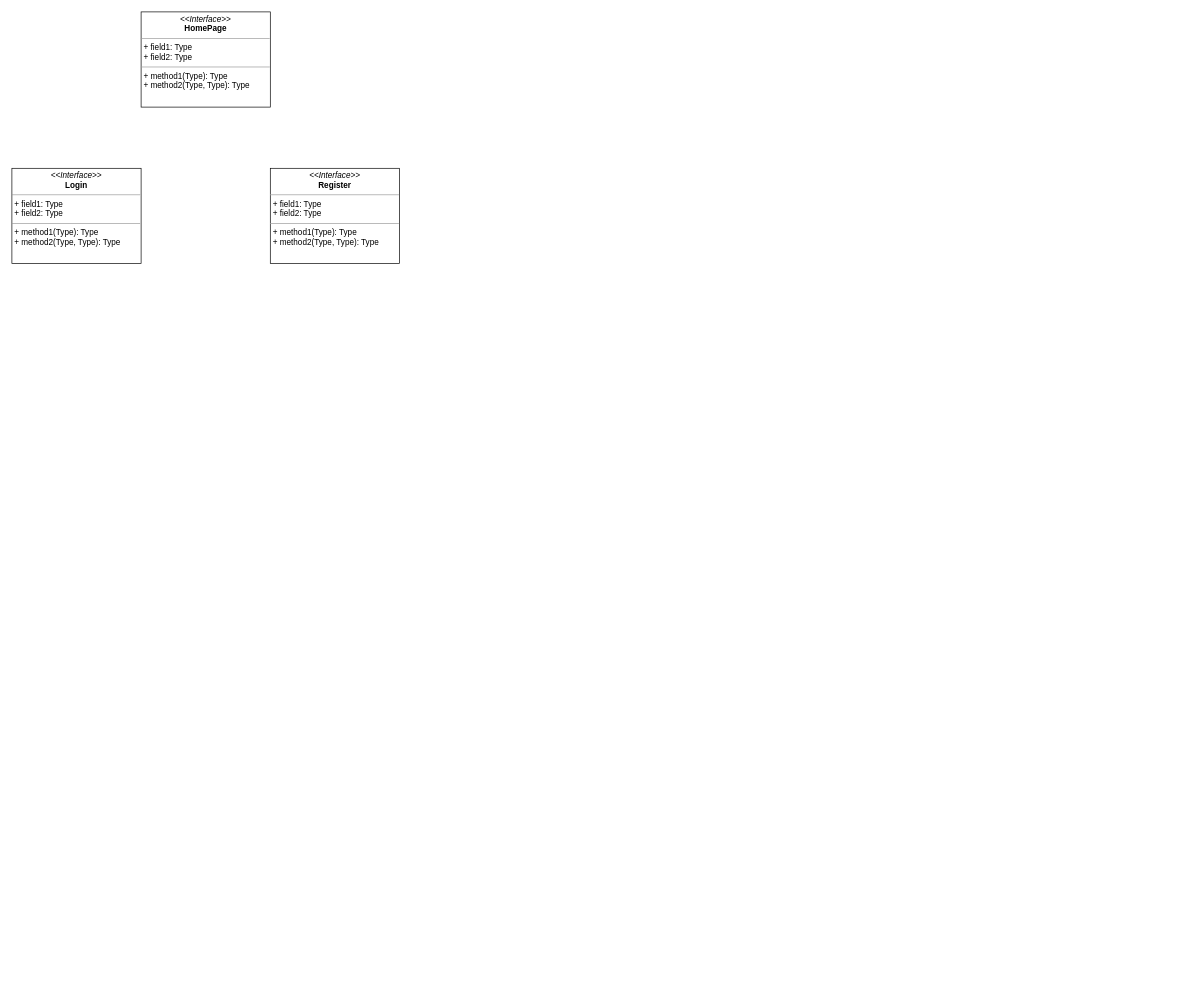
Before: Modules/OPSC (Open Source)/POE/Part 1/Plan and Design/Overall Design/Front End/FrontEnd.drawio in ArmadilloV88/BCA3A1, a draw.io diagram. Source tidied: cells renumbered, new cells numbered last; positions are measured from the earlier drawing's top-left corner, leaving out a move shared by most shapes. Both pictures are drawn from the tidied source at 68%, with x=0, y=0 at pixel (12, 12).
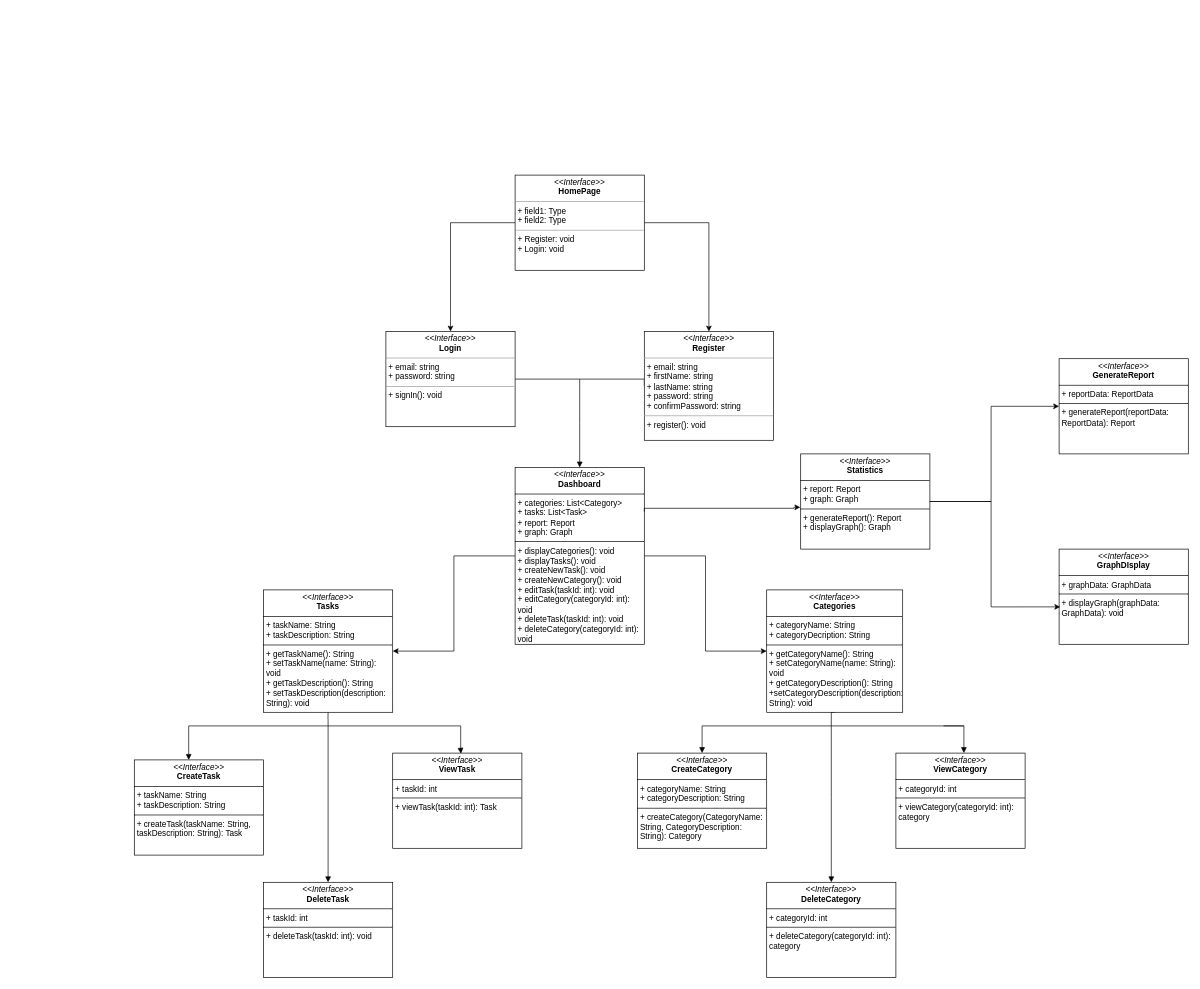
The same page after the edit.

Change to the diagram source:
```diff
@@
-    <mxCell id="2" value="&lt;p style=&quot;margin:0px;margin-top:4px;text-align:center;&quot;&gt;&lt;i&gt;&amp;lt;&amp;lt;Interface&amp;gt;&amp;gt;&lt;/i&gt;&lt;br&gt;&lt;b&gt;HomePage&lt;/b&gt;&lt;/p&gt;&lt;hr size=&quot;1&quot;&gt;&lt;p style=&quot;margin:0px;margin-left:4px;&quot;&gt;+ field1: Type&lt;br&gt;+ field2: Type&lt;/p&gt;&lt;hr size=&quot;1&quot;&gt;&lt;p style=&quot;margin:0px;margin-left:4px;&quot;&gt;+ method1(Type): Type&lt;br&gt;+ method2(Type, Type): Type&lt;/p&gt;" style="verticalAlign=top;align=left;overflow=fill;html=1;whiteSpace=wrap;" parent="1" vertex="1">
-      <mxGeometry x="190" width="190" height="140" as="geometry" />
-    </mxCell>
-    <mxCell id="3" value="&lt;p style=&quot;margin:0px;margin-top:4px;text-align:center;&quot;&gt;&lt;i&gt;&amp;lt;&amp;lt;Interface&amp;gt;&amp;gt;&lt;/i&gt;&lt;br&gt;&lt;b&gt;Login&lt;/b&gt;&lt;/p&gt;&lt;hr size=&quot;1&quot;&gt;&lt;p style=&quot;margin:0px;margin-left:4px;&quot;&gt;+ field1: Type&lt;br&gt;+ field2: Type&lt;/p&gt;&lt;hr size=&quot;1&quot;&gt;&lt;p style=&quot;margin:0px;margin-left:4px;&quot;&gt;+ method1(Type): Type&lt;br&gt;+ method2(Type, Type): Type&lt;/p&gt;" style="verticalAlign=top;align=left;overflow=fill;html=1;whiteSpace=wrap;" parent="1" vertex="1">
-      <mxGeometry y="230" width="190" height="140" as="geometry" />
-    </mxCell>
-    <mxCell id="4" value="&lt;p style=&quot;margin:0px;margin-top:4px;text-align:center;&quot;&gt;&lt;i&gt;&amp;lt;&amp;lt;Interface&amp;gt;&amp;gt;&lt;/i&gt;&lt;br&gt;&lt;b&gt;Register&lt;/b&gt;&lt;/p&gt;&lt;hr size=&quot;1&quot;&gt;&lt;p style=&quot;margin:0px;margin-left:4px;&quot;&gt;+ field1: Type&lt;br&gt;+ field2: Type&lt;/p&gt;&lt;hr size=&quot;1&quot;&gt;&lt;p style=&quot;margin:0px;margin-left:4px;&quot;&gt;+ method1(Type): Type&lt;br&gt;+ method2(Type, Type): Type&lt;/p&gt;" style="verticalAlign=top;align=left;overflow=fill;html=1;whiteSpace=wrap;" parent="1" vertex="1">
-      <mxGeometry x="380" y="230" width="190" height="140" as="geometry" />
-    </mxCell>
+    <mxCell id="5" style="edgeStyle=orthogonalEdgeStyle;rounded=0;jettySize=auto;html=1;exitX=1;exitY=0.5;exitDx=0;exitDy=0;" parent="1" edge="1" source="7" target="10">
+      <mxGeometry relative="1" as="geometry" />
+    </mxCell>
+    <mxCell id="6" style="edgeStyle=orthogonalEdgeStyle;rounded=0;jettySize=auto;html=1;exitX=0;exitY=0.5;exitDx=0;exitDy=0;entryX=0.5;entryY=0;entryDx=0;entryDy=0;" parent="1" edge="1" source="7" target="9">
+      <mxGeometry relative="1" as="geometry" />
+    </mxCell>
+    <mxCell id="7" value="&lt;p style=&quot;margin:0px;margin-top:4px;text-align:center;&quot;&gt;&lt;i&gt;&amp;lt;&amp;lt;Interface&amp;gt;&amp;gt;&lt;/i&gt;&lt;br&gt;&lt;b&gt;HomePage&lt;/b&gt;&lt;/p&gt;&lt;hr size=&quot;1&quot;&gt;&lt;p style=&quot;margin:0px;margin-left:4px;&quot;&gt;+ field1: Type&lt;br&gt;+ field2: Type&lt;/p&gt;&lt;hr size=&quot;1&quot;&gt;&lt;p style=&quot;margin:0px;margin-left:4px;&quot;&gt;+ Register: void&lt;br&gt;+ Login: void&lt;/p&gt;" style="verticalAlign=top;align=left;overflow=fill;html=1;whiteSpace=wrap;" parent="1" vertex="1">
+      <mxGeometry x="740" y="240" width="190" height="140" as="geometry" />
+    </mxCell>
+    <mxCell id="8" style="edgeStyle=orthogonalEdgeStyle;rounded=0;jettySize=auto;html=1;exitX=1;exitY=0.5;exitDx=0;exitDy=0;entryX=0;entryY=0.5;entryDx=0;entryDy=0;endArrow=none;endFill=0;" parent="1" edge="1" source="9" target="10">
+      <mxGeometry relative="1" as="geometry">
+        <Array as="points">
+          <mxPoint x="930" y="540" />
+        </Array>
+      </mxGeometry>
+    </mxCell>
+    <mxCell id="9" value="&lt;p style=&quot;margin:0px;margin-top:4px;text-align:center;&quot;&gt;&lt;i&gt;&amp;lt;&amp;lt;Interface&amp;gt;&amp;gt;&lt;/i&gt;&lt;br&gt;&lt;b&gt;Login&lt;/b&gt;&lt;/p&gt;&lt;hr size=&quot;1&quot;&gt;&lt;p style=&quot;margin:0px;margin-left:4px;&quot;&gt;+ email: string&lt;br&gt;+ password: string&lt;/p&gt;&lt;hr size=&quot;1&quot;&gt;&lt;p style=&quot;margin:0px;margin-left:4px;&quot;&gt;+&amp;nbsp;signIn(): void&lt;br&gt;&lt;/p&gt;" style="verticalAlign=top;align=left;overflow=fill;html=1;whiteSpace=wrap;" parent="1" vertex="1">
+      <mxGeometry x="550" y="470" width="190" height="140" as="geometry" />
+    </mxCell>
+    <mxCell id="10" value="&lt;p style=&quot;margin:0px;margin-top:4px;text-align:center;&quot;&gt;&lt;i&gt;&amp;lt;&amp;lt;Interface&amp;gt;&amp;gt;&lt;/i&gt;&lt;br&gt;&lt;b&gt;Register&lt;/b&gt;&lt;/p&gt;&lt;hr size=&quot;1&quot;&gt;&lt;p style=&quot;margin:0px;margin-left:4px;&quot;&gt;+ email: string&lt;br&gt;+ firstName: string&lt;/p&gt;&lt;p style=&quot;margin:0px;margin-left:4px;&quot;&gt;+ lastName: string&lt;/p&gt;&lt;p style=&quot;margin:0px;margin-left:4px;&quot;&gt;+ password: string&lt;/p&gt;&lt;p style=&quot;margin:0px;margin-left:4px;&quot;&gt;+ confirmPassword: string&lt;/p&gt;&lt;hr size=&quot;1&quot;&gt;&lt;p style=&quot;margin:0px;margin-left:4px;&quot;&gt;+ register(): void&lt;br&gt;&lt;/p&gt;" style="verticalAlign=top;align=left;overflow=fill;html=1;whiteSpace=wrap;" parent="1" vertex="1">
+      <mxGeometry x="930" y="470" width="190" height="160" as="geometry" />
+    </mxCell>
+    <mxCell id="11" style="edgeStyle=orthogonalEdgeStyle;rounded=0;jettySize=auto;html=1;exitX=0.5;exitY=0;exitDx=0;exitDy=0;startArrow=block;startFill=1;endArrow=none;endFill=0;" parent="1" edge="1" source="14">
+      <mxGeometry relative="1" as="geometry">
+        <mxPoint x="835" y="540" as="targetPoint" />
+      </mxGeometry>
+    </mxCell>
+    <mxCell id="12" style="edgeStyle=orthogonalEdgeStyle;rounded=0;jettySize=auto;html=1;exitX=1;exitY=0.5;exitDx=0;exitDy=0;entryX=0;entryY=0.5;entryDx=0;entryDy=0;" parent="1" edge="1" source="14" target="16">
+      <mxGeometry relative="1" as="geometry" />
+    </mxCell>
+    <mxCell id="13" style="edgeStyle=orthogonalEdgeStyle;rounded=0;jettySize=auto;html=1;exitX=0;exitY=0.5;exitDx=0;exitDy=0;entryX=1;entryY=0.5;entryDx=0;entryDy=0;" parent="1" edge="1" source="14" target="18">
+      <mxGeometry relative="1" as="geometry" />
+    </mxCell>
+    <mxCell id="14" value="&lt;p style=&quot;margin:0px;margin-top:4px;text-align:center;&quot;&gt;&lt;i&gt;&amp;lt;&amp;lt;Interface&amp;gt;&amp;gt;&lt;/i&gt;&lt;br&gt;&lt;b&gt;Dashboard&lt;/b&gt;&lt;/p&gt;&lt;hr size=&quot;1&quot; style=&quot;border-style:solid;&quot;&gt;&lt;p style=&quot;margin:0px;margin-left:4px;&quot;&gt;+ categories: List&amp;lt;Category&amp;gt;&lt;/p&gt;&lt;p style=&quot;margin:0px;margin-left:4px;&quot;&gt;+ tasks: List&amp;lt;Task&amp;gt;&lt;/p&gt;&lt;p style=&quot;margin:0px;margin-left:4px;&quot;&gt;+ report: Report&lt;/p&gt;&lt;p style=&quot;margin:0px;margin-left:4px;&quot;&gt;+ graph: Graph&lt;/p&gt;&lt;hr size=&quot;1&quot; style=&quot;border-style:solid;&quot;&gt;&lt;p style=&quot;margin:0px;margin-left:4px;&quot;&gt;+ displayCategories(): void&lt;/p&gt;&lt;p style=&quot;margin:0px;margin-left:4px;&quot;&gt;+ displayTasks(): void&lt;/p&gt;&lt;p style=&quot;margin:0px;margin-left:4px;&quot;&gt;+ createNewTask(): void&lt;/p&gt;&lt;p style=&quot;margin:0px;margin-left:4px;&quot;&gt;+ createNewCategory(): void&lt;/p&gt;&lt;p style=&quot;margin:0px;margin-left:4px;&quot;&gt;+ editTask(taskId: int): void&lt;/p&gt;&lt;p style=&quot;margin:0px;margin-left:4px;&quot;&gt;+ editCategory(categoryId: int): void&lt;/p&gt;&lt;p style=&quot;margin:0px;margin-left:4px;&quot;&gt;+ deleteTask(taskId: int): void&lt;/p&gt;&lt;p style=&quot;margin:0px;margin-left:4px;&quot;&gt;+ deleteCategory(categoryId: int): void&lt;/p&gt;" style="verticalAlign=top;align=left;overflow=fill;html=1;whiteSpace=wrap;" parent="1" vertex="1">
+      <mxGeometry x="740" y="670" width="190" height="260" as="geometry" />
+    </mxCell>
+    <mxCell id="15" style="edgeStyle=orthogonalEdgeStyle;rounded=0;jettySize=auto;html=1;exitX=0.5;exitY=1;exitDx=0;exitDy=0;endArrow=none;endFill=0;" parent="1" edge="1" source="16">
+      <mxGeometry relative="1" as="geometry">
+        <mxPoint x="1205" y="1030" as="targetPoint" />
+      </mxGeometry>
+    </mxCell>
+    <mxCell id="16" value="&lt;p style=&quot;margin:0px;margin-top:4px;text-align:center;&quot;&gt;&lt;i&gt;&amp;lt;&amp;lt;Interface&amp;gt;&amp;gt;&lt;/i&gt;&lt;br&gt;&lt;b&gt;Categories&lt;/b&gt;&lt;/p&gt;&lt;hr size=&quot;1&quot; style=&quot;border-style:solid;&quot;&gt;&lt;p style=&quot;margin:0px;margin-left:4px;&quot;&gt;+ categoryName: String&lt;br&gt;&lt;/p&gt;&lt;p style=&quot;margin:0px;margin-left:4px;&quot;&gt;+ categoryDecription: String&lt;/p&gt;&lt;hr size=&quot;1&quot; style=&quot;border-style:solid;&quot;&gt;&lt;p style=&quot;margin:0px;margin-left:4px;&quot;&gt;&lt;span style=&quot;background-color: initial;&quot;&gt;+ getCategoryName(): String&lt;/span&gt;&lt;br&gt;&lt;/p&gt;&lt;p style=&quot;margin: 0px 0px 0px 4px;&quot;&gt;+ set&lt;span style=&quot;background-color: initial;&quot;&gt;Category&lt;/span&gt;&lt;span style=&quot;background-color: initial;&quot;&gt;Name(name: String): void&lt;/span&gt;&lt;/p&gt;&lt;p style=&quot;margin: 0px 0px 0px 4px;&quot;&gt;+ get&lt;span style=&quot;background-color: initial;&quot;&gt;Category&lt;/span&gt;&lt;span style=&quot;background-color: initial;&quot;&gt;Description(): String&lt;/span&gt;&lt;/p&gt;&lt;p style=&quot;margin: 0px 0px 0px 4px;&quot;&gt;+set&lt;span style=&quot;background-color: initial;&quot;&gt;Category&lt;/span&gt;&lt;span style=&quot;background-color: initial;&quot;&gt;Description(description: String): void&lt;/span&gt;&lt;/p&gt;" style="verticalAlign=top;align=left;overflow=fill;html=1;whiteSpace=wrap;" parent="1" vertex="1">
+      <mxGeometry x="1110" y="850" width="200" height="180" as="geometry" />
+    </mxCell>
+    <mxCell id="17" style="edgeStyle=orthogonalEdgeStyle;rounded=0;jettySize=auto;html=1;exitX=0.5;exitY=1;exitDx=0;exitDy=0;endArrow=none;endFill=0;" parent="1" edge="1" source="18">
+      <mxGeometry relative="1" as="geometry">
+        <mxPoint x="464.8" y="1040" as="targetPoint" />
+      </mxGeometry>
+    </mxCell>
+    <mxCell id="18" value="&lt;p style=&quot;margin:0px;margin-top:4px;text-align:center;&quot;&gt;&lt;i&gt;&amp;lt;&amp;lt;Interface&amp;gt;&amp;gt;&lt;/i&gt;&lt;br&gt;&lt;b&gt;Tasks&lt;/b&gt;&lt;/p&gt;&lt;hr size=&quot;1&quot; style=&quot;border-style:solid;&quot;&gt;&lt;p style=&quot;margin:0px;margin-left:4px;&quot;&gt;&lt;span style=&quot;background-color: initial;&quot;&gt;+ taskName: String&lt;/span&gt;&lt;br&gt;&lt;/p&gt;&lt;p style=&quot;margin:0px;margin-left:4px;&quot;&gt;+ taskDescription: String&lt;/p&gt;&lt;hr size=&quot;1&quot; style=&quot;border-style:solid;&quot;&gt;&lt;p style=&quot;margin:0px;margin-left:4px;&quot;&gt;+ getTaskName(): String&lt;/p&gt;&lt;p style=&quot;margin:0px;margin-left:4px;&quot;&gt;+ setTaskName(name: String): void&lt;/p&gt;&lt;p style=&quot;margin:0px;margin-left:4px;&quot;&gt;+ getTaskDescription(): String&lt;/p&gt;&lt;p style=&quot;margin:0px;margin-left:4px;&quot;&gt;+ setTaskDescription(description: String): void&lt;/p&gt;" style="verticalAlign=top;align=left;overflow=fill;html=1;whiteSpace=wrap;" parent="1" vertex="1">
+      <mxGeometry x="370" y="850" width="190" height="180" as="geometry" />
+    </mxCell>
+    <mxCell id="19" value="&lt;p style=&quot;margin:0px;margin-top:4px;text-align:center;&quot;&gt;&lt;i&gt;&amp;lt;&amp;lt;Interface&amp;gt;&amp;gt;&lt;/i&gt;&lt;br&gt;&lt;b&gt;CreateTask&lt;/b&gt;&lt;/p&gt;&lt;hr size=&quot;1&quot; style=&quot;border-style:solid;&quot;&gt;&lt;p style=&quot;margin: 0px 0px 0px 4px;&quot;&gt;&lt;span style=&quot;background-color: initial;&quot;&gt;+ taskName: String&lt;/span&gt;&lt;br&gt;&lt;/p&gt;&lt;p style=&quot;margin: 0px 0px 0px 4px;&quot;&gt;+ taskDescription: String&lt;/p&gt;&lt;hr size=&quot;1&quot; style=&quot;border-style:solid;&quot;&gt;&lt;p style=&quot;margin:0px;margin-left:4px;&quot;&gt;+&amp;nbsp;&lt;span style=&quot;background-color: initial;&quot;&gt;createTask(taskName: String, taskDescription: String): Task&lt;/span&gt;&lt;/p&gt;" style="verticalAlign=top;align=left;overflow=fill;html=1;whiteSpace=wrap;" parent="1" vertex="1">
+      <mxGeometry x="180" y="1100" width="190" height="140" as="geometry" />
+    </mxCell>
+    <mxCell id="20" style="edgeStyle=orthogonalEdgeStyle;rounded=0;jettySize=auto;html=1;exitX=0.5;exitY=0;exitDx=0;exitDy=0;endArrow=none;endFill=0;startArrow=block;startFill=1;" parent="1" edge="1" source="21">
+      <mxGeometry relative="1" as="geometry">
+        <mxPoint x="465" y="1040" as="targetPoint" />
+        <Array as="points">
+          <mxPoint x="465" y="1040" />
+        </Array>
+      </mxGeometry>
+    </mxCell>
+    <mxCell id="21" value="&lt;p style=&quot;margin:0px;margin-top:4px;text-align:center;&quot;&gt;&lt;i&gt;&amp;lt;&amp;lt;Interface&amp;gt;&amp;gt;&lt;/i&gt;&lt;br&gt;&lt;b&gt;DeleteTask&lt;/b&gt;&lt;/p&gt;&lt;hr size=&quot;1&quot; style=&quot;border-style:solid;&quot;&gt;&lt;p style=&quot;margin:0px;margin-left:4px;&quot;&gt;+&amp;nbsp;&lt;span style=&quot;background-color: initial;&quot;&gt;taskId: int&lt;/span&gt;&lt;br&gt;&lt;/p&gt;&lt;hr size=&quot;1&quot; style=&quot;border-style:solid;&quot;&gt;&lt;p style=&quot;margin:0px;margin-left:4px;&quot;&gt;+ deleteTask(taskId: int): void&lt;br&gt;&lt;/p&gt;" style="verticalAlign=top;align=left;overflow=fill;html=1;whiteSpace=wrap;" parent="1" vertex="1">
+      <mxGeometry x="370" y="1280" width="190" height="140" as="geometry" />
+    </mxCell>
+    <mxCell id="22" value="&lt;p style=&quot;margin:0px;margin-top:4px;text-align:center;&quot;&gt;&lt;i&gt;&amp;lt;&amp;lt;Interface&amp;gt;&amp;gt;&lt;/i&gt;&lt;br&gt;&lt;b&gt;ViewTask&lt;/b&gt;&lt;/p&gt;&lt;hr size=&quot;1&quot; style=&quot;border-style:solid;&quot;&gt;&lt;p style=&quot;margin:0px;margin-left:4px;&quot;&gt;+ taskId: int&lt;br&gt;&lt;/p&gt;&lt;hr size=&quot;1&quot; style=&quot;border-style:solid;&quot;&gt;&lt;p style=&quot;margin:0px;margin-left:4px;&quot;&gt;+&amp;nbsp;viewTask(taskId: int): Task&lt;br&gt;&lt;/p&gt;" style="verticalAlign=top;align=left;overflow=fill;html=1;whiteSpace=wrap;" parent="1" vertex="1">
+      <mxGeometry x="560" y="1090" width="190" height="140" as="geometry" />
+    </mxCell>
+    <mxCell id="23" style="edgeStyle=orthogonalEdgeStyle;rounded=0;jettySize=auto;html=1;exitX=0.5;exitY=0;exitDx=0;exitDy=0;endArrow=none;endFill=0;startArrow=block;startFill=1;" parent="1" edge="1" source="24">
+      <mxGeometry relative="1" as="geometry">
+        <mxPoint x="1370" y="1050" as="targetPoint" />
+        <Array as="points">
+          <mxPoint x="1015" y="1050" />
+          <mxPoint x="1400" y="1050" />
+        </Array>
+      </mxGeometry>
+    </mxCell>
+    <mxCell id="24" value="&lt;p style=&quot;margin:0px;margin-top:4px;text-align:center;&quot;&gt;&lt;i&gt;&amp;lt;&amp;lt;Interface&amp;gt;&amp;gt;&lt;/i&gt;&lt;br&gt;&lt;b&gt;CreateCategory&lt;/b&gt;&lt;/p&gt;&lt;hr size=&quot;1&quot; style=&quot;border-style:solid;&quot;&gt;&lt;p style=&quot;margin: 0px 0px 0px 4px;&quot;&gt;&lt;span style=&quot;background-color: initial;&quot;&gt;+ categoryName: String&lt;/span&gt;&lt;br&gt;&lt;/p&gt;&lt;p style=&quot;margin: 0px 0px 0px 4px;&quot;&gt;+ categoryDescription: String&lt;/p&gt;&lt;hr size=&quot;1&quot; style=&quot;border-style:solid;&quot;&gt;&lt;p style=&quot;margin:0px;margin-left:4px;&quot;&gt;+&amp;nbsp;&lt;span style=&quot;background-color: initial;&quot;&gt;createCategory(CategoryName: String, CategoryDescription: String): Category&lt;/span&gt;&lt;br&gt;&lt;/p&gt;" style="verticalAlign=top;align=left;overflow=fill;html=1;whiteSpace=wrap;" parent="1" vertex="1">
+      <mxGeometry x="920" y="1090" width="190" height="140" as="geometry" />
+    </mxCell>
+    <mxCell id="25" style="edgeStyle=orthogonalEdgeStyle;rounded=0;jettySize=auto;html=1;exitX=0.5;exitY=0;exitDx=0;exitDy=0;startArrow=block;startFill=1;endArrow=none;endFill=0;" parent="1" edge="1" source="26">
+      <mxGeometry relative="1" as="geometry">
+        <mxPoint x="1205" y="1030" as="targetPoint" />
+      </mxGeometry>
+    </mxCell>
+    <mxCell id="26" value="&lt;p style=&quot;margin:0px;margin-top:4px;text-align:center;&quot;&gt;&lt;i&gt;&amp;lt;&amp;lt;Interface&amp;gt;&amp;gt;&lt;/i&gt;&lt;br&gt;&lt;b&gt;DeleteCategory&lt;/b&gt;&lt;/p&gt;&lt;hr size=&quot;1&quot; style=&quot;border-style:solid;&quot;&gt;&lt;p style=&quot;margin:0px;margin-left:4px;&quot;&gt;+ categoryId: int&lt;br&gt;&lt;/p&gt;&lt;hr size=&quot;1&quot; style=&quot;border-style:solid;&quot;&gt;&lt;p style=&quot;margin:0px;margin-left:4px;&quot;&gt;+ deleteCategory(categoryId: int): category&lt;br&gt;&lt;/p&gt;" style="verticalAlign=top;align=left;overflow=fill;html=1;whiteSpace=wrap;" parent="1" vertex="1">
+      <mxGeometry x="1110" y="1280" width="190" height="140" as="geometry" />
+    </mxCell>
+    <mxCell id="27" style="edgeStyle=orthogonalEdgeStyle;rounded=0;orthogonalLoop=1;jettySize=auto;html=1;exitX=0.5;exitY=0;exitDx=0;exitDy=0;startArrow=block;startFill=1;endArrow=none;endFill=0;" parent="1" edge="1">
+      <mxGeometry relative="1" as="geometry">
+        <mxPoint x="1400" y="1090" as="sourcePoint" />
+        <mxPoint x="1400" y="1050" as="targetPoint" />
+        <Array as="points">
+          <mxPoint x="1400" y="1050" />
+        </Array>
+      </mxGeometry>
+    </mxCell>
+    <mxCell id="28" value="&lt;p style=&quot;margin:0px;margin-top:4px;text-align:center;&quot;&gt;&lt;i&gt;&amp;lt;&amp;lt;Interface&amp;gt;&amp;gt;&lt;/i&gt;&lt;br&gt;&lt;b&gt;ViewCategory&lt;/b&gt;&lt;/p&gt;&lt;hr size=&quot;1&quot; style=&quot;border-style:solid;&quot;&gt;&lt;p style=&quot;margin:0px;margin-left:4px;&quot;&gt;+ categoryId: int&lt;br&gt;&lt;/p&gt;&lt;hr size=&quot;1&quot; style=&quot;border-style:solid;&quot;&gt;&lt;p style=&quot;margin:0px;margin-left:4px;&quot;&gt;+ viewCategory(categoryId: int): category&lt;br&gt;&lt;/p&gt;" style="verticalAlign=top;align=left;overflow=fill;html=1;whiteSpace=wrap;" parent="1" vertex="1">
+      <mxGeometry x="1300" y="1090" width="190" height="140" as="geometry" />
+    </mxCell>
+    <mxCell id="29" value="&lt;p style=&quot;margin:0px;margin-top:4px;text-align:center;&quot;&gt;&lt;i&gt;&amp;lt;&amp;lt;Interface&amp;gt;&amp;gt;&lt;/i&gt;&lt;br&gt;&lt;b&gt;GenerateReport&lt;/b&gt;&lt;/p&gt;&lt;hr size=&quot;1&quot; style=&quot;border-style:solid;&quot;&gt;&lt;p style=&quot;margin:0px;margin-left:4px;&quot;&gt;+ reportData: ReportData&lt;br&gt;&lt;/p&gt;&lt;hr size=&quot;1&quot; style=&quot;border-style:solid;&quot;&gt;&lt;p style=&quot;margin:0px;margin-left:4px;&quot;&gt;+ generateReport(reportData: ReportData): Report&lt;/p&gt;&lt;div&gt;&lt;br&gt;&lt;/div&gt;" style="verticalAlign=top;align=left;overflow=fill;html=1;whiteSpace=wrap;" parent="1" vertex="1">
+      <mxGeometry x="1540" y="510" width="190" height="140" as="geometry" />
+    </mxCell>
+    <mxCell id="30" value="&lt;p style=&quot;margin:0px;margin-top:4px;text-align:center;&quot;&gt;&lt;i&gt;&amp;lt;&amp;lt;Interface&amp;gt;&amp;gt;&lt;/i&gt;&lt;br&gt;&lt;b&gt;GraphDIsplay&lt;/b&gt;&lt;/p&gt;&lt;hr size=&quot;1&quot; style=&quot;border-style:solid;&quot;&gt;&lt;p style=&quot;margin:0px;margin-left:4px;&quot;&gt;+ graphData: GraphData&lt;br&gt;&lt;/p&gt;&lt;hr size=&quot;1&quot; style=&quot;border-style:solid;&quot;&gt;&lt;p style=&quot;margin:0px;margin-left:4px;&quot;&gt;+ displayGraph(graphData: GraphData): void&lt;br&gt;&lt;/p&gt;" style="verticalAlign=top;align=left;overflow=fill;html=1;whiteSpace=wrap;" parent="1" vertex="1">
+      <mxGeometry x="1540" y="790" width="190" height="140" as="geometry" />
+    </mxCell>
+    <mxCell id="31" style="edgeStyle=orthogonalEdgeStyle;rounded=0;jettySize=auto;html=1;exitX=1;exitY=0.5;exitDx=0;exitDy=0;entryX=0;entryY=0.5;entryDx=0;entryDy=0;" parent="1" edge="1" source="32" target="29">
+      <mxGeometry relative="1" as="geometry">
+        <Array as="points">
+          <mxPoint x="1440" y="720" />
+          <mxPoint x="1440" y="580" />
+        </Array>
+      </mxGeometry>
+    </mxCell>
+    <mxCell id="32" value="&lt;p style=&quot;margin:0px;margin-top:4px;text-align:center;&quot;&gt;&lt;i&gt;&amp;lt;&amp;lt;Interface&amp;gt;&amp;gt;&lt;/i&gt;&lt;br&gt;&lt;b&gt;Statistics&lt;/b&gt;&lt;/p&gt;&lt;hr size=&quot;1&quot; style=&quot;border-style:solid;&quot;&gt;&lt;p style=&quot;margin:0px;margin-left:4px;&quot;&gt;+ report: Report&lt;/p&gt;&lt;p style=&quot;margin:0px;margin-left:4px;&quot;&gt;+ graph: Graph&lt;/p&gt;&lt;hr size=&quot;1&quot; style=&quot;border-style:solid;&quot;&gt;&lt;p style=&quot;margin:0px;margin-left:4px;&quot;&gt;+ generateReport(): Report&lt;/p&gt;&lt;p style=&quot;margin:0px;margin-left:4px;&quot;&gt;+ displayGraph(): Graph&lt;/p&gt;&lt;div&gt;&lt;br&gt;&lt;/div&gt;" style="verticalAlign=top;align=left;overflow=fill;html=1;whiteSpace=wrap;" parent="1" vertex="1">
+      <mxGeometry x="1160" y="650" width="190" height="140" as="geometry" />
+    </mxCell>
+    <mxCell id="33" style="edgeStyle=orthogonalEdgeStyle;rounded=0;jettySize=auto;html=1;exitX=1;exitY=0.5;exitDx=0;exitDy=0;entryX=0.009;entryY=0.607;entryDx=0;entryDy=0;entryPerimeter=0;" parent="1" edge="1" source="32" target="30">
+      <mxGeometry relative="1" as="geometry">
+        <Array as="points">
+          <mxPoint x="1440" y="720" />
+          <mxPoint x="1440" y="875" />
+        </Array>
+      </mxGeometry>
+    </mxCell>
+    <mxCell id="34" style="edgeStyle=orthogonalEdgeStyle;rounded=0;jettySize=auto;html=1;exitX=0.5;exitY=0;exitDx=0;exitDy=0;endArrow=block;endFill=1;startArrow=block;startFill=1;entryX=0.529;entryY=0.006;entryDx=0;entryDy=0;entryPerimeter=0;" parent="1" edge="1" target="22">
+      <mxGeometry relative="1" as="geometry">
+        <mxPoint x="260" y="1100" as="sourcePoint" />
+        <Array as="points">
+          <mxPoint x="260" y="1050" />
+          <mxPoint x="660" y="1050" />
+          <mxPoint x="660" y="1086" />
+        </Array>
+      </mxGeometry>
+    </mxCell>
+    <mxCell id="35" style="edgeStyle=orthogonalEdgeStyle;rounded=0;jettySize=auto;html=1;exitX=1;exitY=0.25;exitDx=0;exitDy=0;entryX=-0.003;entryY=0.561;entryDx=0;entryDy=0;entryPerimeter=0;" parent="1" edge="1" source="14" target="32">
+      <mxGeometry relative="1" as="geometry">
+        <Array as="points">
+          <mxPoint x="930" y="730" />
+          <mxPoint x="1150" y="730" />
+          <mxPoint x="1150" y="729" />
+        </Array>
+      </mxGeometry>
+    </mxCell>
```
